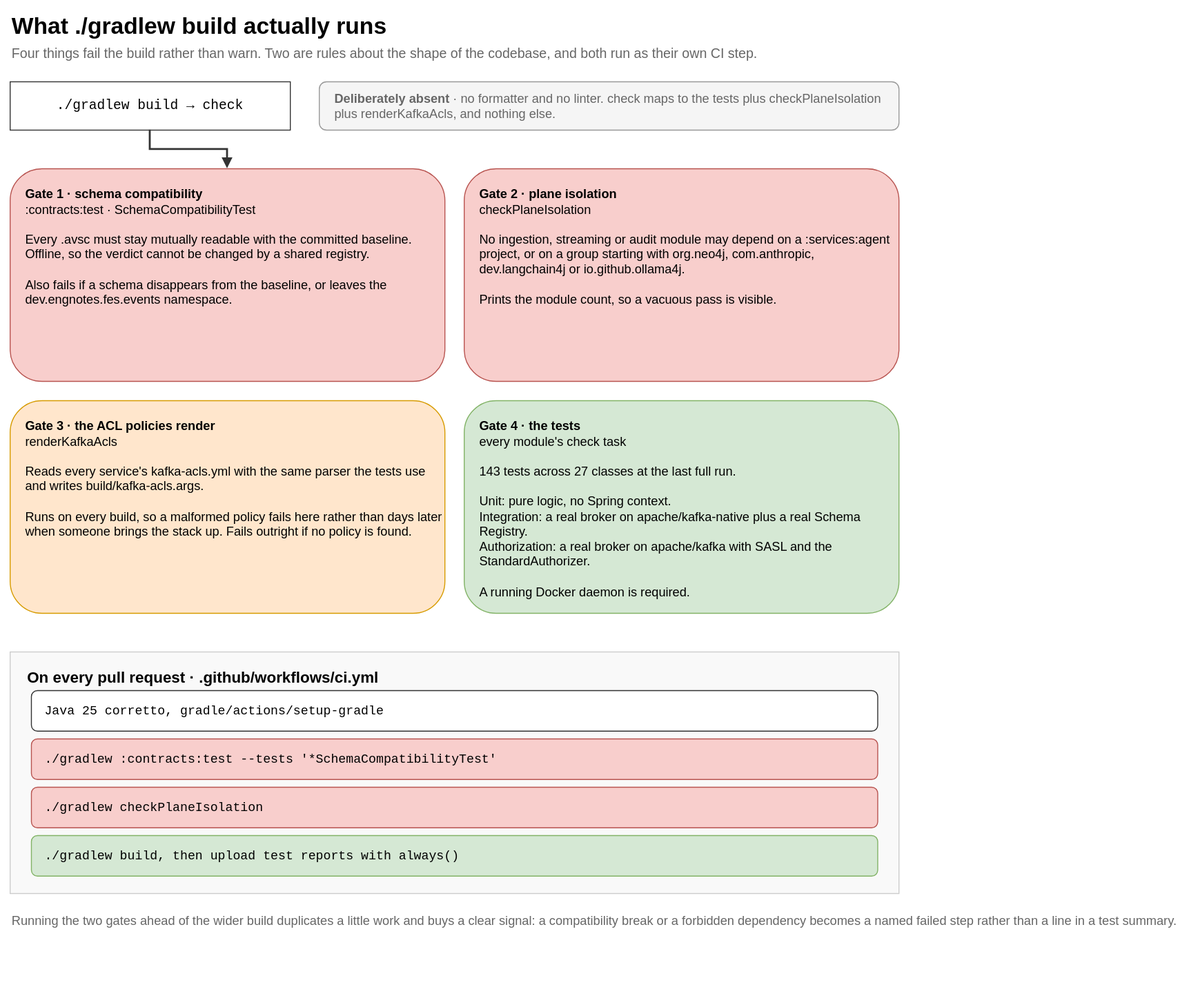
Before: guide/docs/diagrams/build-gates.svg, a diagram exported from draw.io (salgotraja/financial-event-streaming-platform). Source tidied: cells renumbered, new cells last; positions are measured from the earlier drawing's top-left corner, leaving out a move shared by most shapes.
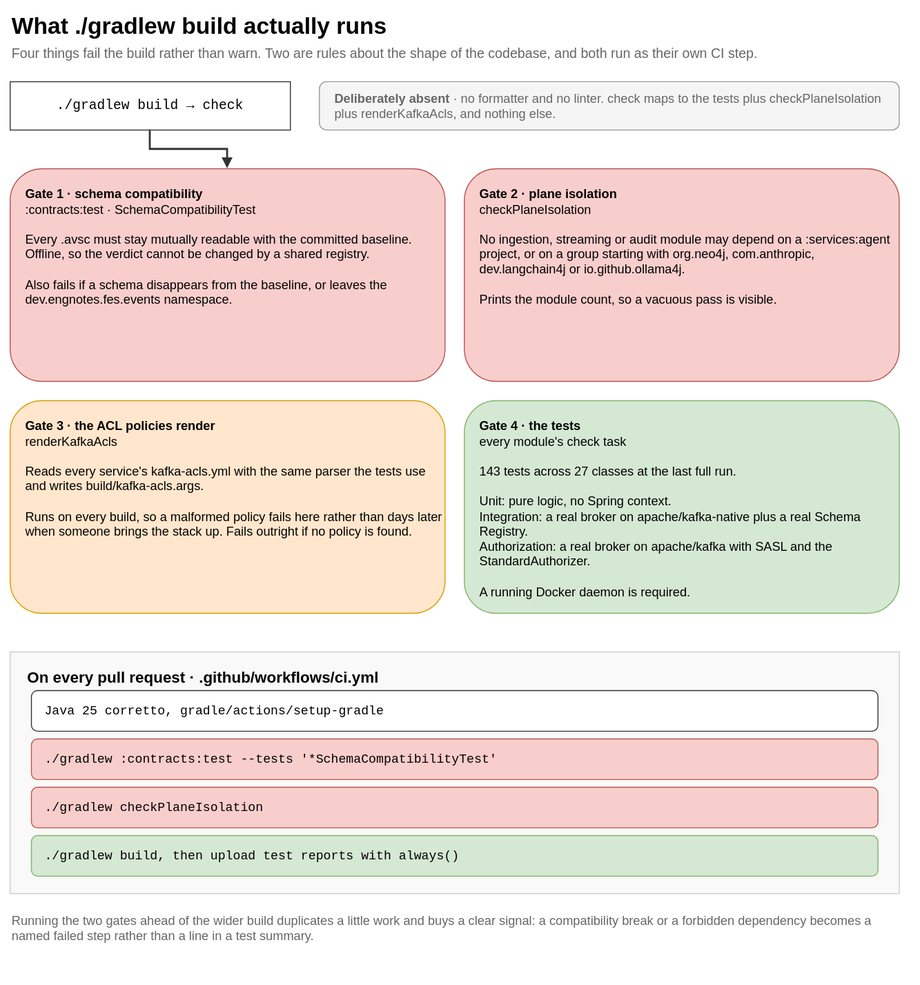
After the change.

Diff of the diagram source:
```diff
@@ -2,10 +2,10 @@
   <root>
     <mxCell id="0" />
     <mxCell id="1" parent="0" />
-    <mxCell id="2" value="What ./gradlew build actually runs" style="text;html=1;strokeColor=none;fillColor=none;align=left;verticalAlign=middle;fontSize=24;fontStyle=1;" parent="1" vertex="1">
+    <mxCell id="2" value="What ./gradlew build actually runs" style="text;html=1;whiteSpace=wrap;strokeColor=none;fillColor=none;align=left;verticalAlign=middle;fontSize=24;fontStyle=1;" parent="1" vertex="1">
       <mxGeometry width="920" height="34" as="geometry" />
     </mxCell>
-    <mxCell id="3" value="Four things fail the build rather than warn. Two are rules about the shape of the codebase, and both run as their own CI step." style="text;html=1;strokeColor=none;fillColor=none;align=left;verticalAlign=middle;fontSize=14;fontColor=#666666;" parent="1" vertex="1">
+    <mxCell id="3" value="Four things fail the build rather than warn. Two are rules about the shape of the codebase, and both run as their own CI step." style="text;html=1;whiteSpace=wrap;strokeColor=none;fillColor=none;align=left;verticalAlign=middle;fontSize=14;fontColor=#666666;" parent="1" vertex="1">
       <mxGeometry y="34" width="920" height="22" as="geometry" />
     </mxCell>
     <mxCell id="4" value="./gradlew build → check" style="rounded=0;whiteSpace=wrap;html=1;fillColor=#ffffff;strokeColor=#333333;fontSize=14;fontFamily=Courier New;verticalAlign=middle;" parent="1" vertex="1">
@@ -44,7 +44,7 @@
     <mxCell id="15" value="./gradlew build, then upload test reports with always()" style="rounded=1;whiteSpace=wrap;html=1;fillColor=#d5e8d4;strokeColor=#82b366;fontSize=13;fontFamily=Courier New;align=left;spacingLeft=12;verticalAlign=middle;" parent="1" vertex="1">
       <mxGeometry x="22" y="854" width="876" height="42" as="geometry" />
     </mxCell>
-    <mxCell id="16" value="Running the two gates ahead of the wider build duplicates a little work and buys a clear signal: a compatibility break or a forbidden dependency becomes a named failed step rather than a line in a test summary." style="text;html=1;strokeColor=none;fillColor=none;align=left;verticalAlign=top;fontSize=13;fontColor=#666666;" parent="1" vertex="1">
+    <mxCell id="16" value="Running the two gates ahead of the wider build duplicates a little work and buys a clear signal: a compatibility break or a forbidden dependency becomes a named failed step rather than a line in a test summary." style="text;html=1;whiteSpace=wrap;strokeColor=none;fillColor=none;align=left;verticalAlign=top;fontSize=13;fontColor=#666666;" parent="1" vertex="1">
       <mxGeometry y="928" width="920" height="60" as="geometry" />
     </mxCell>
   </root>
```
